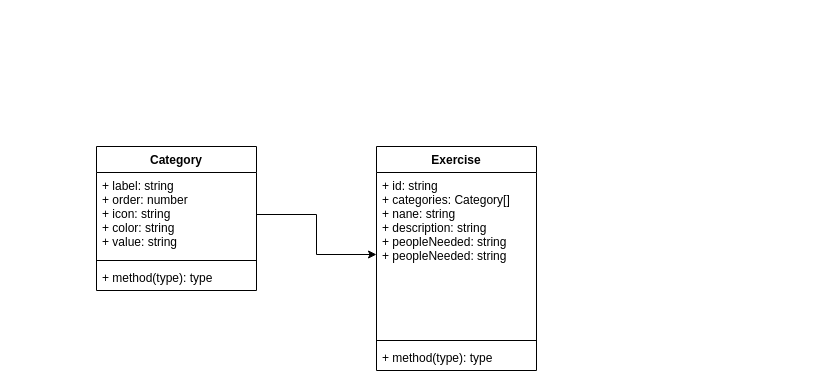
This is korfbal diagram.drawio from nlxdodge/korf-coach, a draw.io file, before an edit. Source tidied: cells renumbered, new cells numbered last; positions are measured from the earlier drawing's top-left corner, leaving out a move shared by most shapes. Both pictures are drawn from the tidied source at 100%, with x=0, y=0 at pixel (96, 146).
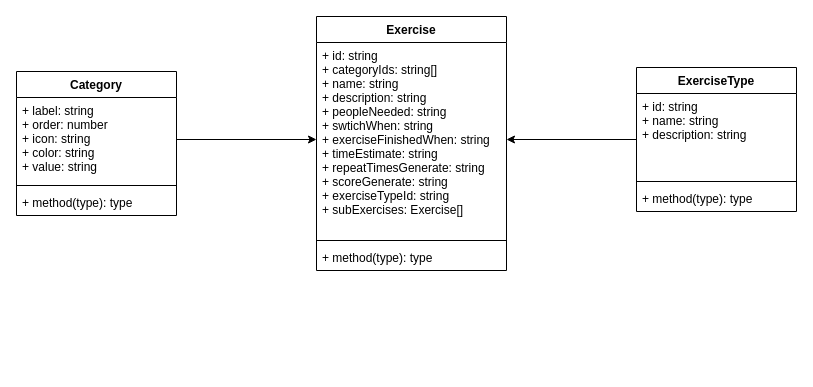
The same page after the edit.

Commit message (it also covers changes not shown here):
update diagram with new exerciseType object

Change to the diagram source:
```diff
@@
 <mxGraphModel>
   <root>
     <mxCell id="0" />
     <mxCell id="1" parent="0" />
     <mxCell id="2" value="Category" style="swimlane;fontStyle=1;align=center;verticalAlign=top;horizontal=1;startSize=26;" parent="1" vertex="1">
-      <mxGeometry width="160" height="144" as="geometry" />
+      <mxGeometry x="-80" y="-75" width="160" height="144" as="geometry" />
     </mxCell>
     <mxCell id="3" value="+ label: string&#10;+ order: number&#10;+ icon: string&#10;+ color: string&#10;+ value: string" style="text;strokeColor=none;fillColor=none;align=left;verticalAlign=top;spacingLeft=4;spacingRight=4;overflow=hidden;points=[[0,0.5],[1,0.5]];portConstraint=eastwest;" parent="2" vertex="1">
       <mxGeometry y="26" width="160" height="84" as="geometry" />
     </mxCell>
     <mxCell id="4" style="line;strokeWidth=1;fillColor=none;align=left;verticalAlign=middle;spacingTop=-1;spacingLeft=3;spacingRight=3;labelPosition=right;" parent="2" vertex="1">
       <mxGeometry y="110" width="160" height="8" as="geometry" />
     </mxCell>
     <mxCell id="5" value="+ method(type): type" style="text;strokeColor=none;fillColor=none;align=left;verticalAlign=top;spacingLeft=4;spacingRight=4;overflow=hidden;" parent="2" vertex="1">
       <mxGeometry y="118" width="160" height="26" as="geometry" />
     </mxCell>
     <mxCell id="6" value="Exercise" style="swimlane;fontStyle=1;align=center;verticalAlign=top;horizontal=1;startSize=26;" parent="1" vertex="1">
-      <mxGeometry x="280" width="160" height="224" as="geometry" />
+      <mxGeometry x="220" y="-130" width="190" height="254" as="geometry" />
     </mxCell>
-    <mxCell id="7" value="+ id: string&#10;+ categories: Category[]&#10;+ nane: string&#10;+ description: string&#10;+ peopleNeeded: string&#10;+ peopleNeeded: string" style="text;strokeColor=none;fillColor=none;align=left;verticalAlign=top;spacingLeft=4;spacingRight=4;overflow=hidden;points=[[0,0.5],[1,0.5]];portConstraint=eastwest;" parent="6" vertex="1">
-      <mxGeometry y="26" width="160" height="164" as="geometry" />
+    <mxCell id="7" value="+ id: string&#10;+ categoryIds: string[]&#10;+ name: string&#10;+ description: string&#10;+ peopleNeeded: string&#10;+ swtichWhen: string&#10;+ exerciseFinishedWhen: string&#10;+ timeEstimate: string&#10;+ repeatTimesGenerate: string&#10;+ scoreGenerate: string&#10;+ exerciseTypeId: string&#10;+ subExercises: Exercise[]" style="text;strokeColor=none;fillColor=none;align=left;verticalAlign=top;spacingLeft=4;spacingRight=4;overflow=hidden;points=[[0,0.5],[1,0.5]];portConstraint=eastwest;" parent="6" vertex="1">
+      <mxGeometry y="26" width="190" height="194" as="geometry" />
     </mxCell>
     <mxCell id="8" style="line;strokeWidth=1;fillColor=none;align=left;verticalAlign=middle;spacingTop=-1;spacingLeft=3;spacingRight=3;labelPosition=right;" parent="6" vertex="1">
-      <mxGeometry y="190" width="160" height="8" as="geometry" />
+      <mxGeometry y="220" width="190" height="8" as="geometry" />
     </mxCell>
     <mxCell id="9" value="+ method(type): type" style="text;strokeColor=none;fillColor=none;align=left;verticalAlign=top;spacingLeft=4;spacingRight=4;overflow=hidden;" parent="6" vertex="1">
-      <mxGeometry y="198" width="160" height="26" as="geometry" />
+      <mxGeometry y="228" width="190" height="26" as="geometry" />
     </mxCell>
     <mxCell id="10" style="edgeStyle=orthogonalEdgeStyle;rounded=0;jettySize=auto;html=1;" parent="1" edge="1" source="3" target="7">
       <mxGeometry relative="1" as="geometry" />
     </mxCell>
+    <mxCell id="11" style="edgeStyle=orthogonalEdgeStyle;rounded=0;jettySize=auto;html=1;" parent="1" edge="1" source="12" target="7">
+      <mxGeometry relative="1" as="geometry" />
+    </mxCell>
+    <mxCell id="12" value="ExerciseType" style="swimlane;fontStyle=1;align=center;verticalAlign=top;horizontal=1;startSize=26;" parent="1" vertex="1">
+      <mxGeometry x="540" y="-79" width="160" height="144" as="geometry" />
+    </mxCell>
+    <mxCell id="13" value="+ id: string&#10;+ name: string&#10;+ description: string&#10;" style="text;strokeColor=none;fillColor=none;align=left;verticalAlign=top;spacingLeft=4;spacingRight=4;overflow=hidden;" parent="12" vertex="1">
+      <mxGeometry y="26" width="160" height="84" as="geometry" />
+    </mxCell>
+    <mxCell id="14" style="line;strokeWidth=1;fillColor=none;align=left;verticalAlign=middle;spacingTop=-1;spacingLeft=3;spacingRight=3;labelPosition=right;" parent="12" vertex="1">
+      <mxGeometry y="110" width="160" height="8" as="geometry" />
+    </mxCell>
+    <mxCell id="15" value="+ method(type): type" style="text;strokeColor=none;fillColor=none;align=left;verticalAlign=top;spacingLeft=4;spacingRight=4;overflow=hidden;" parent="12" vertex="1">
+      <mxGeometry y="118" width="160" height="26" as="geometry" />
+    </mxCell>
   </root>
 </mxGraphModel>
```
